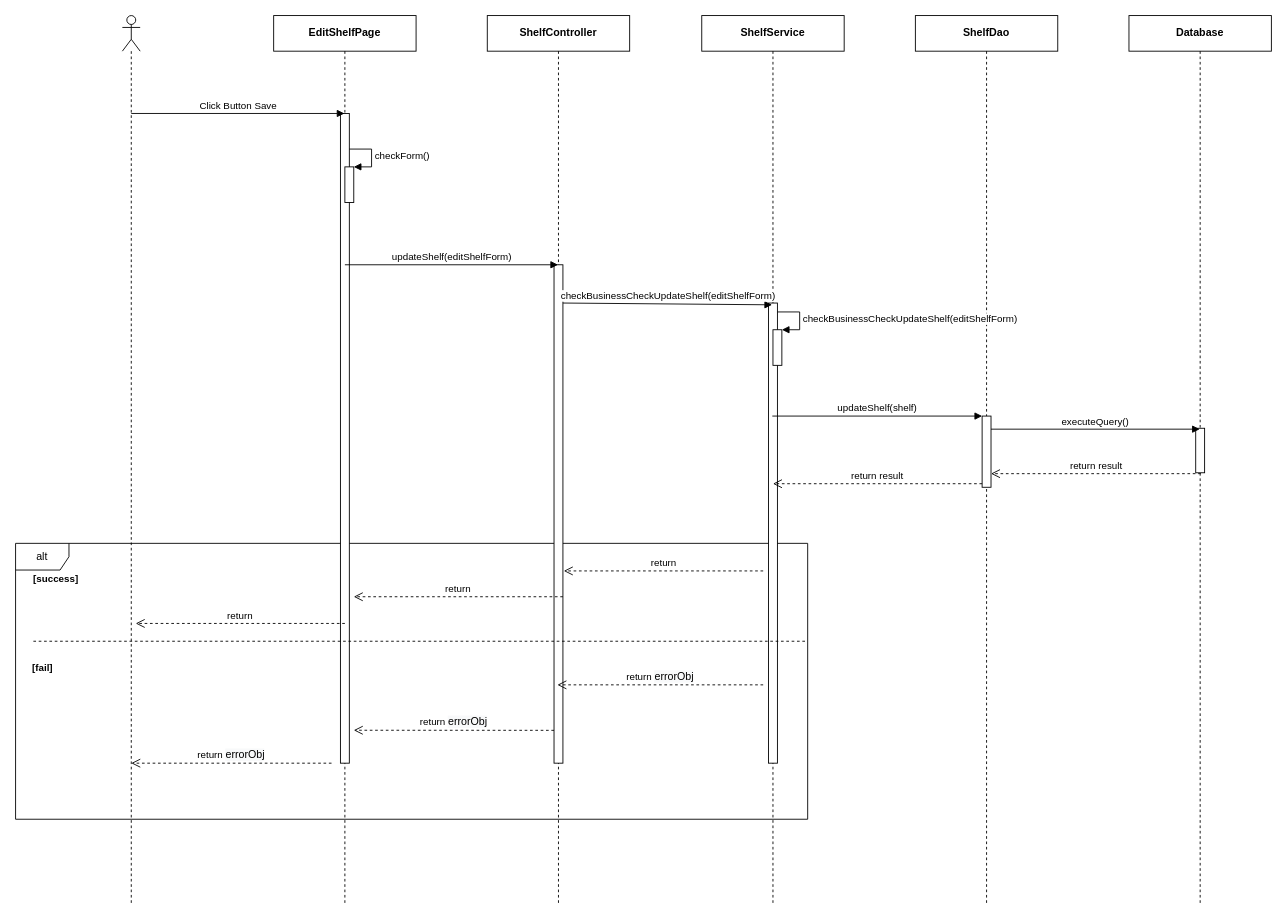
luannmdev/CapstoneDocument keeps this draw.io diagram as page "Ev02" (2 of 2) of 0. Create/Sequece/sc02/SC0203_EditShelf.drawio. Above is the earlier version. Source tidied: cells renumbered, new cells numbered last; positions are measured from the earlier drawing's top-left corner, leaving out a move shared by most shapes. Both pictures are drawn from the tidied source at 89%, with x=0, y=0 at pixel (15, 15).
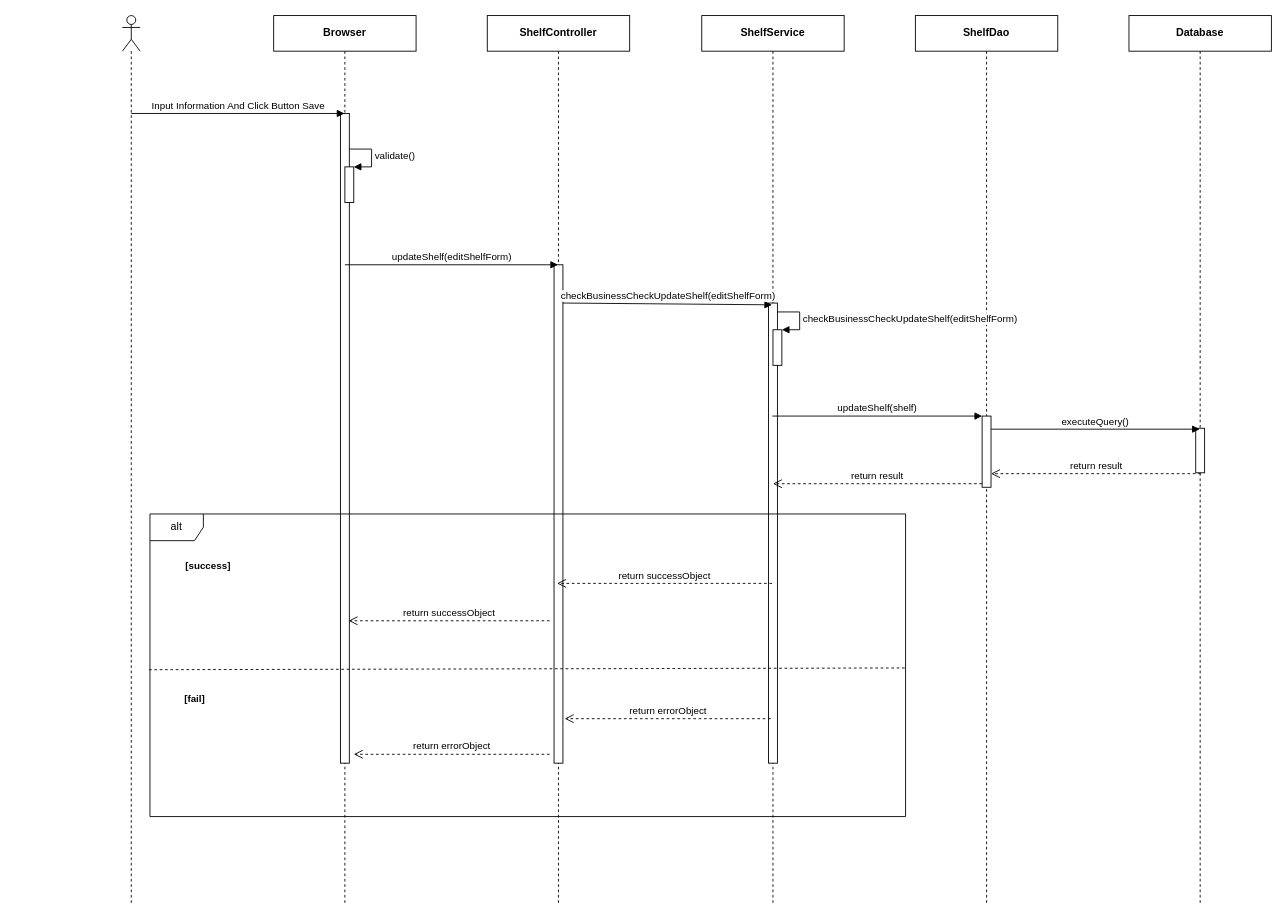
Above is the later version.

The change refers to these unchanged cells:
```xml
<mxCell id="19" style="html=1;points=[];perimeter=orthogonalPerimeter;" parent="1" vertex="1">
  <mxGeometry x="370" y="170" width="10" height="40" as="geometry" />
</mxCell>
```

What changed in the source:
```diff
@@
-    <mxCell id="2" value="alt" style="shape=umlFrame;whiteSpace=wrap;html=1;" parent="1" vertex="1">
-      <mxGeometry y="593" width="890" height="310" as="geometry" />
-    </mxCell>
@@
-    <mxCell id="4" value="&lt;b&gt;EditShelfPage&lt;/b&gt;" style="shape=umlLifeline;perimeter=lifelinePerimeter;whiteSpace=wrap;html=1;outlineConnect=0;" parent="1" vertex="1">
+    <mxCell id="4" value="&lt;b&gt;Browser&lt;/b&gt;" style="shape=umlLifeline;perimeter=lifelinePerimeter;whiteSpace=wrap;html=1;outlineConnect=0;" parent="1" vertex="1">
       <mxGeometry x="290" width="160" height="1000" as="geometry" />
     </mxCell>
@@
-    <mxCell id="11" value="Click Button Save" style="html=1;verticalAlign=bottom;endArrow=block;" parent="1" edge="1" target="4">
+    <mxCell id="11" value="Input Information And Click Button Save" style="html=1;verticalAlign=bottom;endArrow=block;" parent="1" edge="1" target="4">
       <mxGeometry relative="1" as="geometry">
         <mxPoint x="130" y="110" as="sourcePoint" />
       </mxGeometry>
     </mxCell>
@@
-    <mxCell id="20" value="checkForm()" style="edgeStyle=orthogonalEdgeStyle;html=1;align=left;spacingLeft=2;endArrow=block;rounded=0;entryX=1;entryY=0;" parent="1" edge="1" target="19">
+    <mxCell id="20" value="validate()" style="edgeStyle=orthogonalEdgeStyle;html=1;align=left;spacingLeft=2;endArrow=block;rounded=0;entryX=1;entryY=0;" parent="1" edge="1" target="19">
       <mxGeometry relative="1" as="geometry">
         <mxPoint x="375" y="150" as="sourcePoint" />
         <Array as="points">
           <mxPoint x="400" y="150" />
         </Array>
       </mxGeometry>
     </mxCell>
-    <mxCell id="21" value="return&amp;nbsp;&lt;span style=&quot;font-size: 12px ; background-color: rgb(248 , 249 , 250)&quot;&gt;errorObj&lt;/span&gt;" style="html=1;verticalAlign=bottom;endArrow=open;dashed=1;endSize=8;" parent="1" edge="1">
-      <mxGeometry relative="1" as="geometry">
-        <mxPoint x="605" y="803.1" as="sourcePoint" />
-        <mxPoint x="380" y="803" as="targetPoint" />
-      </mxGeometry>
-    </mxCell>
-    <mxCell id="22" value="return&amp;nbsp;&lt;span style=&quot;font-size: 12px ; background-color: rgb(248 , 249 , 250)&quot;&gt;errorObj&lt;/span&gt;" style="html=1;verticalAlign=bottom;endArrow=open;dashed=1;endSize=8;" parent="1" edge="1">
-      <mxGeometry relative="1" as="geometry">
-        <mxPoint x="840" y="752" as="sourcePoint" />
-        <mxPoint x="608.8" y="752" as="targetPoint" />
-      </mxGeometry>
-    </mxCell>
-    <mxCell id="23" value="return" style="html=1;verticalAlign=bottom;endArrow=open;dashed=1;endSize=8;" parent="1" edge="1">
-      <mxGeometry relative="1" as="geometry">
-        <mxPoint x="615" y="653" as="sourcePoint" />
-        <mxPoint x="380" y="653" as="targetPoint" />
-      </mxGeometry>
-    </mxCell>
-    <mxCell id="24" value="return" style="html=1;verticalAlign=bottom;endArrow=open;dashed=1;endSize=8;entryX=1.1;entryY=0.824;entryDx=0;entryDy=0;entryPerimeter=0;" parent="1" edge="1">
-      <mxGeometry relative="1" as="geometry">
-        <mxPoint x="840" y="624" as="sourcePoint" />
-        <mxPoint x="616" y="624" as="targetPoint" />
-      </mxGeometry>
-    </mxCell>
-    <mxCell id="25" style="endArrow=none;dashed=1;html=1;" parent="1" edge="1">
-      <mxGeometry relative="1" as="geometry">
-        <mxPoint x="20" y="703" as="sourcePoint" />
-        <mxPoint x="890" y="703" as="targetPoint" />
-      </mxGeometry>
-    </mxCell>
@@
+    <mxCell id="2" value="alt" style="shape=umlFrame;whiteSpace=wrap;html=1;" parent="1" vertex="1">
+      <mxGeometry x="151" y="560" width="849" height="340" as="geometry" />
+    </mxCell>
     <mxCell id="30" value="&lt;span style=&quot;font-size: 11px ; background-color: rgb(255 , 255 , 255)&quot;&gt;&lt;b&gt;[success]&lt;/b&gt;&lt;/span&gt;" style="text;html=1;align=center;verticalAlign=middle;" parent="1" vertex="1">
-      <mxGeometry x="10" y="623" width="70" height="20" as="geometry" />
+      <mxGeometry x="181" y="608" width="70" height="20" as="geometry" />
     </mxCell>
     <mxCell id="31" value="&lt;span style=&quot;font-size: 11px ; background-color: rgb(255 , 255 , 255)&quot;&gt;&lt;b&gt;[fail]&lt;/b&gt;&lt;/span&gt;" style="text;html=1;align=center;verticalAlign=middle;" parent="1" vertex="1">
-      <mxGeometry x="10" y="723" width="40" height="20" as="geometry" />
+      <mxGeometry x="181" y="758" width="40" height="20" as="geometry" />
     </mxCell>
-    <mxCell id="32" value="return" style="html=1;verticalAlign=bottom;endArrow=open;dashed=1;endSize=8;" parent="1" edge="1">
-      <mxGeometry relative="1" as="geometry">
-        <mxPoint x="370" y="683" as="sourcePoint" />
-        <mxPoint x="135" y="683" as="targetPoint" />
-      </mxGeometry>
-    </mxCell>
-    <mxCell id="33" value="return&amp;nbsp;&lt;span style=&quot;font-size: 12px ; background-color: rgb(248 , 249 , 250)&quot;&gt;errorObj&lt;/span&gt;" style="html=1;verticalAlign=bottom;endArrow=open;dashed=1;endSize=8;" parent="1" edge="1">
-      <mxGeometry relative="1" as="geometry">
-        <mxPoint x="355" y="840" as="sourcePoint" />
-        <mxPoint x="130" y="840" as="targetPoint" />
-      </mxGeometry>
-    </mxCell>
+    <mxCell id="34" value="return errorObject" style="html=1;verticalAlign=bottom;endArrow=open;dashed=1;endSize=8;" parent="1" edge="1">
+      <mxGeometry relative="1" as="geometry">
+        <mxPoint x="600" y="830" as="sourcePoint" />
+        <mxPoint x="380" y="830" as="targetPoint" />
+      </mxGeometry>
+    </mxCell>
+    <mxCell id="35" value="return successObject" style="html=1;verticalAlign=bottom;endArrow=open;dashed=1;endSize=8;" parent="1" edge="1">
+      <mxGeometry relative="1" as="geometry">
+        <mxPoint x="600" y="680" as="sourcePoint" />
+        <mxPoint x="374.2" y="680" as="targetPoint" />
+      </mxGeometry>
+    </mxCell>
+    <mxCell id="36" value="return successObject" style="html=1;verticalAlign=bottom;endArrow=open;dashed=1;endSize=8;" parent="1" edge="1">
+      <mxGeometry relative="1" as="geometry">
+        <mxPoint x="850" y="638" as="sourcePoint" />
+        <mxPoint x="608.5" y="638" as="targetPoint" />
+      </mxGeometry>
+    </mxCell>
+    <mxCell id="37" value="return errorObject" style="html=1;verticalAlign=bottom;endArrow=open;dashed=1;endSize=8;" parent="1" edge="1">
+      <mxGeometry relative="1" as="geometry">
+        <mxPoint x="848.5" y="790" as="sourcePoint" />
+        <mxPoint x="617" y="790" as="targetPoint" />
+      </mxGeometry>
+    </mxCell>
+    <mxCell id="38" style="endArrow=none;dashed=1;html=1;exitX=-0.001;exitY=0.303;exitDx=0;exitDy=0;exitPerimeter=0;" parent="1" edge="1">
+      <mxGeometry relative="1" as="geometry">
+        <mxPoint x="150" y="735" as="sourcePoint" />
+        <mxPoint x="1000" y="733" as="targetPoint" />
+      </mxGeometry>
+    </mxCell>
```
